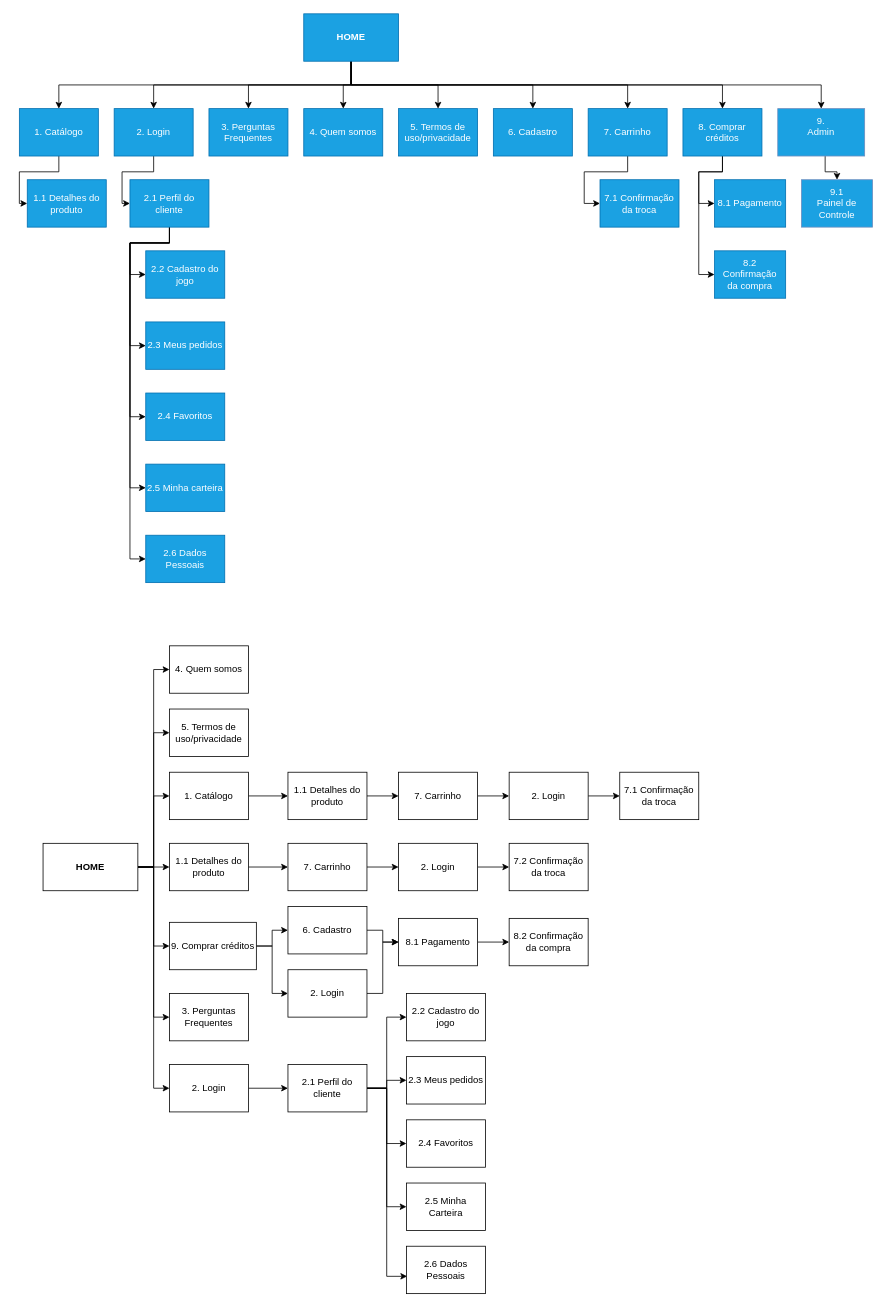
The draw.io diagram page "Site map" (1 of 22) of wireframe.drawio in pdaambrosio/dh_group_5, before the edit. Source tidied: cells renumbered, new cells numbered last; positions are measured from the earlier drawing's top-left corner, leaving out a move shared by most shapes. Both pictures are drawn from the tidied source at 79%, with x=0, y=0 at pixel (19, 13).
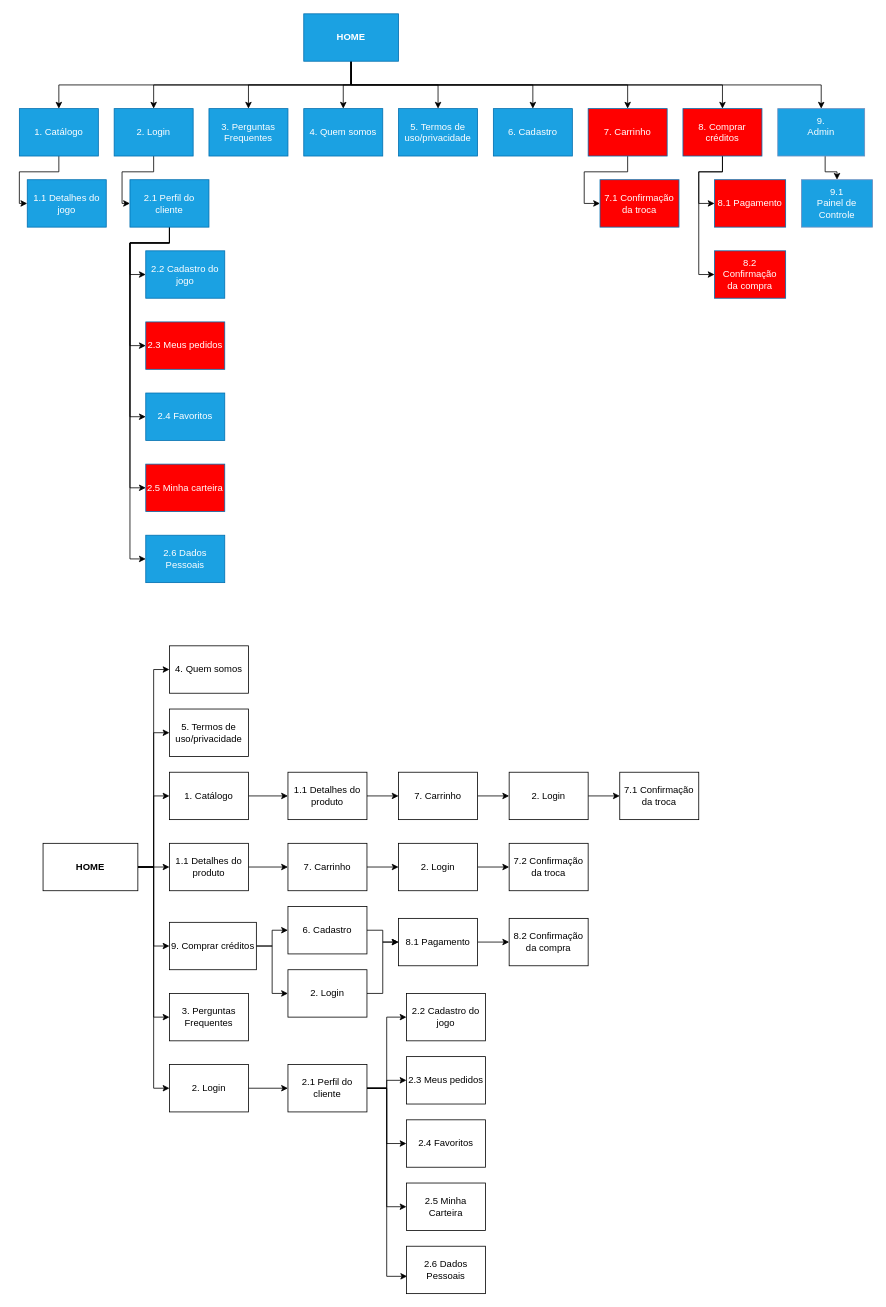
The same page after the edit.

Commit message:
remoçao de paginas

Diff of the diagram source:
```diff
@@
-    <mxCell id="21" value="7. Carrinho" style="rounded=0;whiteSpace=wrap;html=1;fillColor=#1ba1e2;strokeColor=#006EAF;fontColor=#ffffff;" parent="1" vertex="1">
+    <mxCell id="21" value="7. Carrinho" style="rounded=0;whiteSpace=wrap;html=1;strokeColor=#006EAF;fontColor=#ffffff;fillColor=#FF0000;" parent="1" vertex="1">
       <mxGeometry x="720" y="120" width="100" height="60" as="geometry" />
     </mxCell>
-    <mxCell id="22" value="1.1 Detalhes do produto" style="rounded=0;whiteSpace=wrap;html=1;fillColor=#1ba1e2;strokeColor=#006EAF;fontColor=#ffffff;" parent="1" vertex="1">
+    <mxCell id="22" value="1.1 Detalhes do jogo" style="rounded=0;whiteSpace=wrap;html=1;fillColor=#1ba1e2;strokeColor=#006EAF;fontColor=#ffffff;" parent="1" vertex="1">
       <mxGeometry x="10" y="210" width="100" height="60" as="geometry" />
     </mxCell>
@@
-    <mxCell id="30" value="2.3 Meus pedidos" style="rounded=0;whiteSpace=wrap;html=1;verticalAlign=middle;fillColor=#1ba1e2;strokeColor=#006EAF;fontColor=#ffffff;" parent="1" vertex="1">
+    <mxCell id="30" value="2.3 Meus pedidos" style="rounded=0;whiteSpace=wrap;html=1;verticalAlign=middle;strokeColor=#006EAF;fontColor=#ffffff;fillColor=#FF0000;" parent="1" vertex="1">
       <mxGeometry x="160" y="390" width="100" height="60" as="geometry" />
     </mxCell>
@@
-    <mxCell id="34" value="2.5 Minha carteira" style="rounded=0;whiteSpace=wrap;html=1;fillColor=#1ba1e2;strokeColor=#006EAF;fontColor=#ffffff;" parent="1" vertex="1">
+    <mxCell id="34" value="2.5 Minha carteira" style="rounded=0;whiteSpace=wrap;html=1;strokeColor=#006EAF;fontColor=#ffffff;fillColor=#FF0000;" parent="1" vertex="1">
       <mxGeometry x="160" y="570" width="100" height="60" as="geometry" />
     </mxCell>
@@
-    <mxCell id="37" value="8. Comprar créditos" style="rounded=0;whiteSpace=wrap;html=1;strokeColor=#006EAF;fontColor=#ffffff;fillColor=#1BA1E2;" parent="1" vertex="1">
+    <mxCell id="37" value="8. Comprar créditos" style="rounded=0;whiteSpace=wrap;html=1;strokeColor=#006EAF;fontColor=#ffffff;fillColor=#FF0000;" parent="1" vertex="1">
       <mxGeometry x="840" y="120" width="100" height="60" as="geometry" />
     </mxCell>
-    <mxCell id="38" value="8.1 Pagamento" style="rounded=0;whiteSpace=wrap;html=1;fillColor=#1ba1e2;strokeColor=#006EAF;fontColor=#ffffff;" parent="1" vertex="1">
+    <mxCell id="38" value="8.1 Pagamento" style="rounded=0;whiteSpace=wrap;html=1;strokeColor=#006EAF;fontColor=#ffffff;fillColor=#FF0000;" parent="1" vertex="1">
       <mxGeometry x="880" y="210" width="90" height="60" as="geometry" />
     </mxCell>
-    <mxCell id="39" value="8.2 Confirmação&lt;br&gt;da compra" style="rounded=0;whiteSpace=wrap;html=1;fillColor=#1ba1e2;strokeColor=#006EAF;fontColor=#ffffff;" parent="1" vertex="1">
+    <mxCell id="39" value="8.2 Confirmação&lt;br&gt;da compra" style="rounded=0;whiteSpace=wrap;html=1;strokeColor=#006EAF;fontColor=#ffffff;fillColor=#FF0000;" parent="1" vertex="1">
       <mxGeometry x="880" y="300" width="90" height="60" as="geometry" />
     </mxCell>
-    <mxCell id="40" value="7.1 Confirmação da troca" style="rounded=0;whiteSpace=wrap;html=1;fillColor=#1ba1e2;strokeColor=#006EAF;fontColor=#ffffff;" parent="1" vertex="1">
+    <mxCell id="40" value="7.1 Confirmação da troca" style="rounded=0;whiteSpace=wrap;html=1;strokeColor=#006EAF;fontColor=#ffffff;fillColor=#FF0000;" parent="1" vertex="1">
       <mxGeometry x="735" y="210" width="100" height="60" as="geometry" />
     </mxCell>
```
